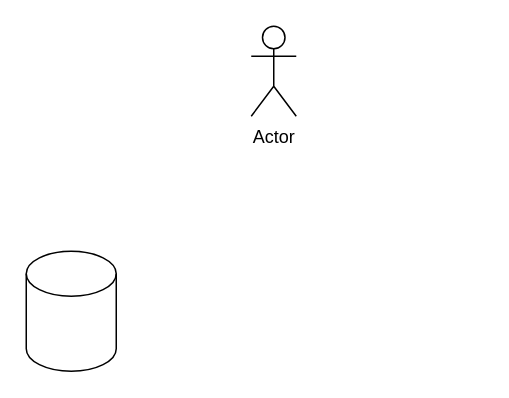
Earlier version of the draw.io diagram Untitled Diagram.drawio (anriclee/k-R). Source tidied: cells renumbered, new cells numbered last; positions are measured from the earlier drawing's top-left corner, leaving out a move shared by most shapes. Both pictures are drawn from the tidied source at 150%, with x=0, y=0 at pixel (26, 26).
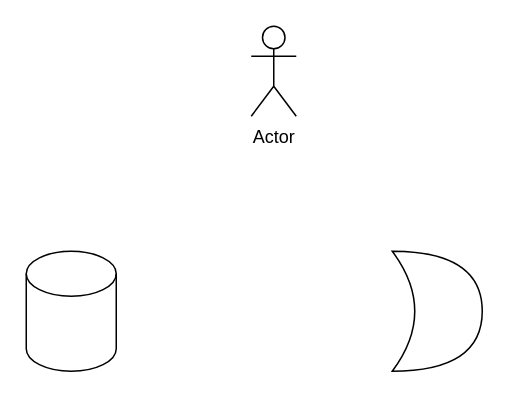
The same page after the edit.

What changed in the source:
```diff
@@
 <mxGraphModel>
   <root>
     <mxCell id="0" />
     <mxCell id="1" parent="0" />
     <mxCell id="2" style="shape=cylinder3;whiteSpace=wrap;html=1;boundedLbl=1;backgroundOutline=1;size=15;" parent="1" vertex="1">
       <mxGeometry y="150" width="60" height="80" as="geometry" />
     </mxCell>
     <mxCell id="3" value="Actor" style="shape=umlActor;verticalLabelPosition=bottom;verticalAlign=top;html=1;" parent="1" vertex="1">
       <mxGeometry x="150" width="30" height="60" as="geometry" />
     </mxCell>
+    <mxCell id="4" style="shape=xor;whiteSpace=wrap;html=1;" parent="1" vertex="1">
+      <mxGeometry x="244" y="150" width="60" height="80" as="geometry" />
+    </mxCell>
   </root>
 </mxGraphModel>
```
